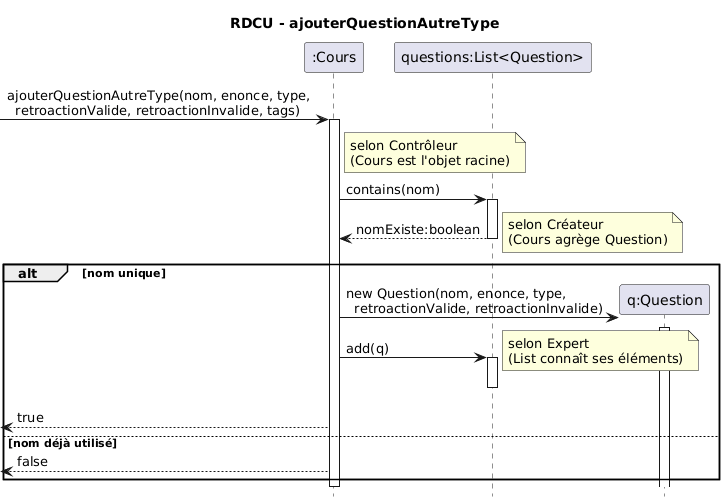
xMrYahya/moodle-clone keeps this PlantUML diagram as docs/modeles/iteration1exports/rdcu-ajouter-question-autre-type-v2.png. Above is the earlier version.
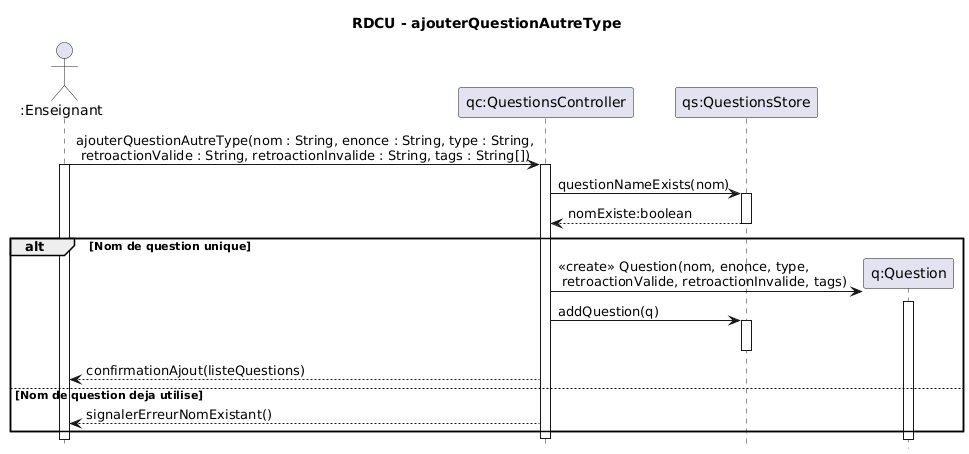
The same file after the commit.

Diff of the diagram source:
```diff
@@ -2,49 +2,36 @@
 hide footbox
 title RDCU - ajouterQuestionAutreType
 
-participant ":Cours" as C
-participant "questions:List<Question>" as LQ
+actor ":Enseignant" as e
+participant "qc:QuestionsController" as QC
+participant "qs:QuestionsStore" as QS
 participant "q:Question" as Q
 
--> C : ajouterQuestionAutreType(nom, enonce, type,\n  retroactionValide, retroactionInvalide, tags)
-activate C
+e -> QC : ajouterQuestionAutreType(nom : String, enonce : String, type : String,\n retroactionValide : String, retroactionInvalide : String, tags : String[])
+activate e
 
-note right of C
-  selon Contrôleur
-  (Cours est l'objet racine)
-end note
+activate QC
 
-C -> LQ : contains(nom)
-activate LQ
-LQ --> C : nomExiste:boolean
-deactivate LQ
+QC -> QS : questionNameExists(nom)
+activate QS
+QS --> QC : nomExiste:boolean
+deactivate QS
 
-alt nom unique
-
-  note right
-    selon Créateur
-    (Cours agrège Question)
-  end note
-
+alt Nom de question unique
   create Q
-  C -> Q : new Question(nom, enonce, type,\n  retroactionValide, retroactionInvalide)
+  QC -> Q : <<create>> Question(nom, enonce, type,\n retroactionValide, retroactionInvalide, tags)
   activate Q
   deactivate Q
 
-  C -> LQ : add(q)
-  activate LQ
-  deactivate LQ
-  note right
-    selon Expert
-    (List connaît ses éléments)
-  end note
+  QC -> QS : addQuestion(q)
+  activate QS
+  deactivate QS
 
-    <-- C: true
-else nom déjà utilisé
-
-   <-- C: false
-
+  QC --> e : confirmationAjout(listeQuestions)
+else Nom de question deja utilise
+  QC --> e : signalerErreurNomExistant()
 end
 
-deactivate C
+deactivate QC
+activate e
 @enduml
```
